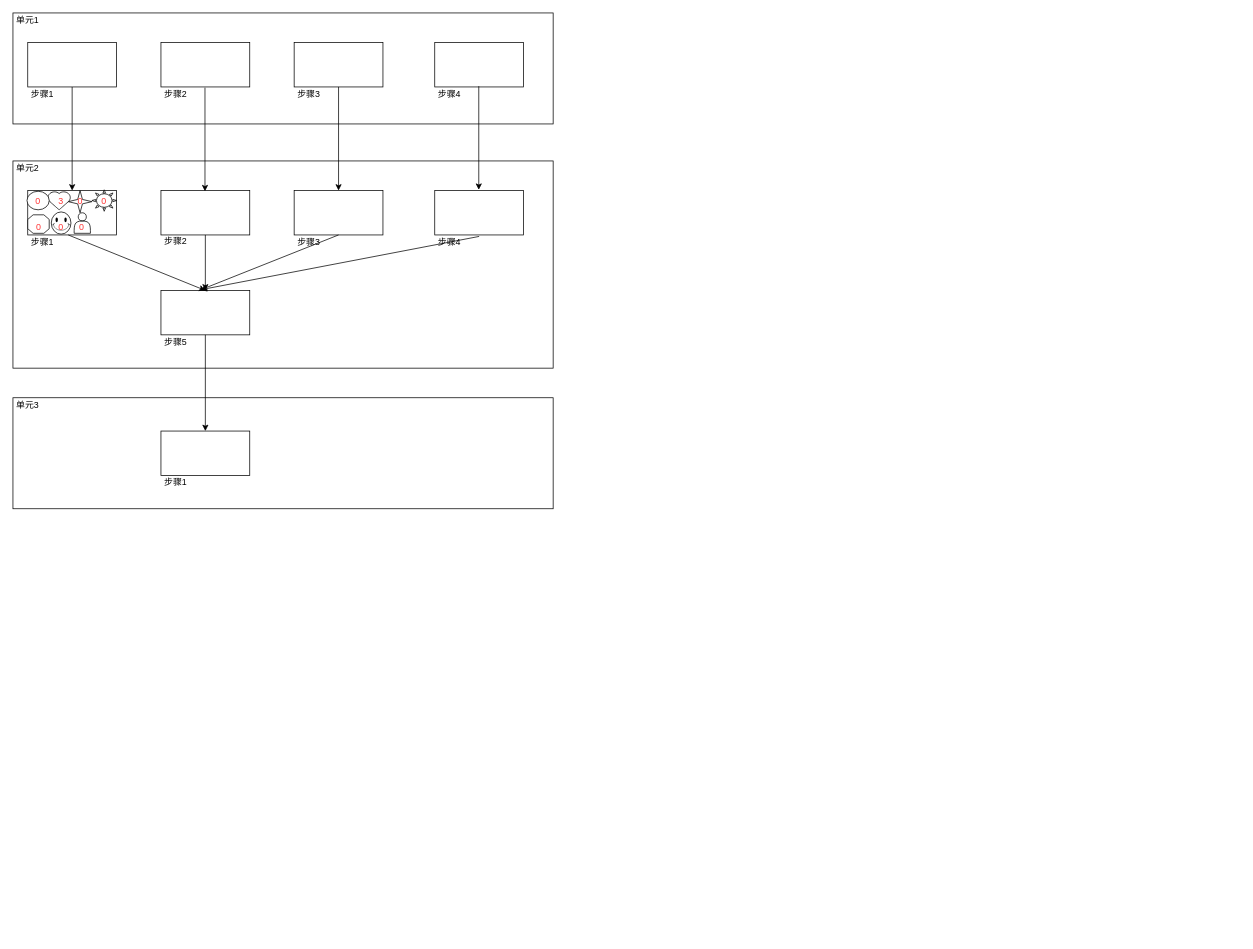
The draw.io diagram 工艺规程图像配置设计.drawio in huhailong147/Test, before the edit. Source tidied: cells renumbered, new cells numbered last; positions are measured from the earlier drawing's top-left corner, leaving out a move shared by most shapes. Both pictures are drawn from the tidied source at 74%, with x=0, y=0 at pixel (13, 13).
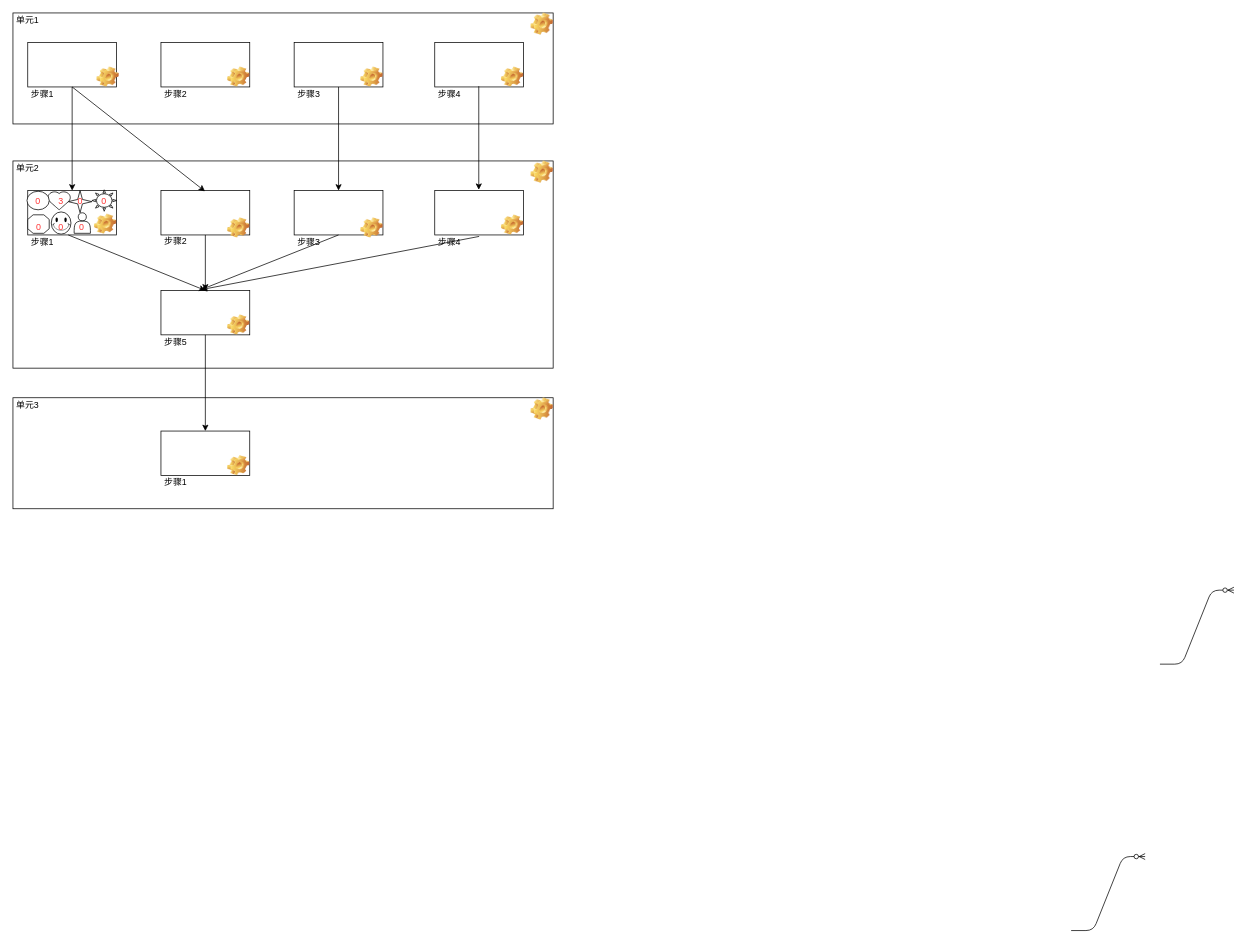
The same page after the edit.

Commit message:
工艺规程图像配置设计.drawio

Unchanged cells that the change refers to:
```xml
<mxCell id="21" style="rounded=0;whiteSpace=wrap;html=1;" parent="1" vertex="1">
  <mxGeometry x="20" y="40" width="120" height="60" as="geometry" />
</mxCell>
```

Diff of the diagram source:
```diff
@@
-    <mxCell id="26" style="endArrow=classic;html=1;entryX=0.5;entryY=0;entryDx=0;entryDy=0;exitX=0.5;exitY=1;exitDx=0;exitDy=0;" parent="1" edge="1">
+    <mxCell id="26" style="endArrow=classic;html=1;entryX=0.5;entryY=0;entryDx=0;entryDy=0;exitX=0.5;exitY=1;exitDx=0;exitDy=0;" parent="1" edge="1" source="21">
       <mxGeometry relative="1" as="geometry">
-        <mxPoint x="259.5" y="101" as="sourcePoint" />
         <mxPoint x="259.5" y="241" as="targetPoint" />
       </mxGeometry>
     </mxCell>
@@
+    <mxCell id="51" style="shape=image;html=1;verticalLabelPosition=bottom;labelBackgroundColor=#ffffff;verticalAlign=top;imageAspect=0;image=img/clipart/Gear_128x128.png;" parent="1" vertex="1">
+      <mxGeometry x="700" width="30" height="30" as="geometry" />
+    </mxCell>
+    <mxCell id="52" style="shape=image;html=1;verticalLabelPosition=bottom;labelBackgroundColor=#ffffff;verticalAlign=top;imageAspect=0;image=img/clipart/Gear_128x128.png;" parent="1" vertex="1">
+      <mxGeometry x="700" y="200" width="30" height="30" as="geometry" />
+    </mxCell>
+    <mxCell id="53" style="shape=image;html=1;verticalLabelPosition=bottom;labelBackgroundColor=#ffffff;verticalAlign=top;imageAspect=0;image=img/clipart/Gear_128x128.png;" parent="1" vertex="1">
+      <mxGeometry x="700" y="520" width="30" height="30" as="geometry" />
+    </mxCell>
+    <mxCell id="54" style="shape=image;html=1;verticalLabelPosition=bottom;labelBackgroundColor=#ffffff;verticalAlign=top;imageAspect=0;image=img/clipart/Gear_128x128.png;" parent="1" vertex="1">
+      <mxGeometry x="113.4" y="73" width="30" height="27" as="geometry" />
+    </mxCell>
+    <mxCell id="55" style="shape=image;html=1;verticalLabelPosition=bottom;labelBackgroundColor=#ffffff;verticalAlign=top;imageAspect=0;image=img/clipart/Gear_128x128.png;" parent="1" vertex="1">
+      <mxGeometry x="290" y="73" width="30" height="27" as="geometry" />
+    </mxCell>
+    <mxCell id="56" style="shape=image;html=1;verticalLabelPosition=bottom;labelBackgroundColor=#ffffff;verticalAlign=top;imageAspect=0;image=img/clipart/Gear_128x128.png;" parent="1" vertex="1">
+      <mxGeometry x="470" y="73" width="30" height="27" as="geometry" />
+    </mxCell>
+    <mxCell id="57" style="shape=image;html=1;verticalLabelPosition=bottom;labelBackgroundColor=#ffffff;verticalAlign=top;imageAspect=0;image=img/clipart/Gear_128x128.png;" parent="1" vertex="1">
+      <mxGeometry x="660" y="73" width="30" height="27" as="geometry" />
+    </mxCell>
+    <mxCell id="58" style="shape=image;html=1;verticalLabelPosition=bottom;labelBackgroundColor=#ffffff;verticalAlign=top;imageAspect=0;image=img/clipart/Gear_128x128.png;" parent="1" vertex="1">
+      <mxGeometry x="660" y="273" width="30" height="27" as="geometry" />
+    </mxCell>
+    <mxCell id="59" style="shape=image;html=1;verticalLabelPosition=bottom;labelBackgroundColor=#ffffff;verticalAlign=top;imageAspect=0;image=img/clipart/Gear_128x128.png;" parent="1" vertex="1">
+      <mxGeometry x="470" y="276.8" width="30" height="27" as="geometry" />
+    </mxCell>
+    <mxCell id="60" style="shape=image;html=1;verticalLabelPosition=bottom;labelBackgroundColor=#ffffff;verticalAlign=top;imageAspect=0;image=img/clipart/Gear_128x128.png;" parent="1" vertex="1">
+      <mxGeometry x="290" y="276.8" width="30" height="27" as="geometry" />
+    </mxCell>
+    <mxCell id="61" style="shape=image;html=1;verticalLabelPosition=bottom;labelBackgroundColor=#ffffff;verticalAlign=top;imageAspect=0;image=img/clipart/Gear_128x128.png;" parent="1" vertex="1">
+      <mxGeometry x="290" y="408" width="30" height="27" as="geometry" />
+    </mxCell>
+    <mxCell id="62" style="shape=image;html=1;verticalLabelPosition=bottom;labelBackgroundColor=#ffffff;verticalAlign=top;imageAspect=0;image=img/clipart/Gear_128x128.png;" parent="1" vertex="1">
+      <mxGeometry x="290" y="598" width="30" height="27" as="geometry" />
+    </mxCell>
+    <mxCell id="63" style="edgeStyle=entityRelationEdgeStyle;fontSize=12;html=1;endArrow=ERzeroToMany;endFill=1;" parent="1" edge="1">
+      <mxGeometry relative="1" as="geometry">
+        <mxPoint x="1550" y="880" as="sourcePoint" />
+        <mxPoint x="1650" y="780" as="targetPoint" />
+      </mxGeometry>
+    </mxCell>
+    <mxCell id="64" style="edgeStyle=entityRelationEdgeStyle;fontSize=12;html=1;endArrow=ERzeroToMany;endFill=1;" parent="1" edge="1">
+      <mxGeometry relative="1" as="geometry">
+        <mxPoint x="1430" y="1240" as="sourcePoint" />
+        <mxPoint x="1530" y="1140" as="targetPoint" />
+      </mxGeometry>
+    </mxCell>
+    <mxCell id="65" style="shape=image;html=1;verticalLabelPosition=bottom;labelBackgroundColor=#ffffff;verticalAlign=top;imageAspect=0;image=img/clipart/Gear_128x128.png;" parent="1" vertex="1">
+      <mxGeometry x="110" y="271.8" width="30" height="27" as="geometry" />
+    </mxCell>
```
